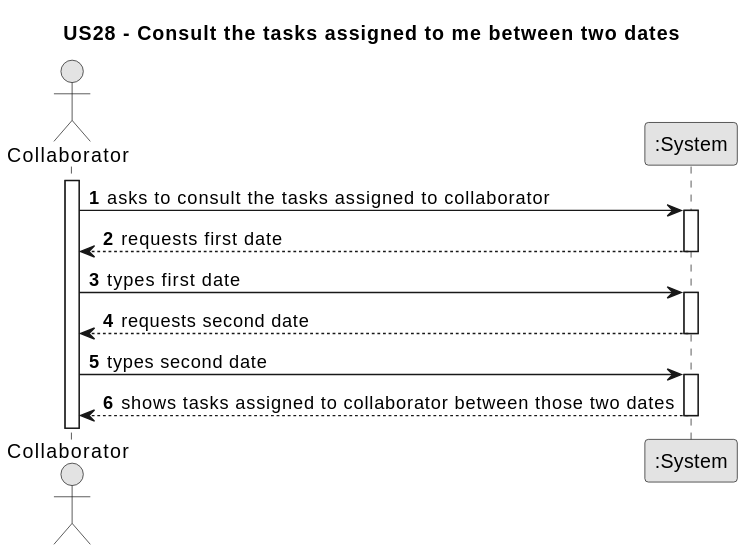
Earlier version of the PlantUML export docs/sprintC/us028/01.requirements-engineering/svg/us028-system-sequence-diagram.svg (Departamento-de-Engenharia-Informatica/lei-24-s2-1dm-g132). Its diagram source:
```plantuml
@startuml
skinparam monochrome true
skinparam packageStyle rectangle
skinparam shadowing false

title US28 - Consult the tasks assigned to me between two dates

autonumber

actor "Collaborator" as Employee
participant ":System" as System

activate Employee

    Employee -> System : asks to consult the tasks assigned to collaborator
    activate System

    System --> Employee : requests first date
    deactivate System

    Employee -> System : types first date
    activate System

    System --> Employee : requests second date
    deactivate System

    Employee -> System : types second date
    activate System

    System --> Employee : shows tasks assigned to collaborator between those two dates
    deactivate System
@enduml
```
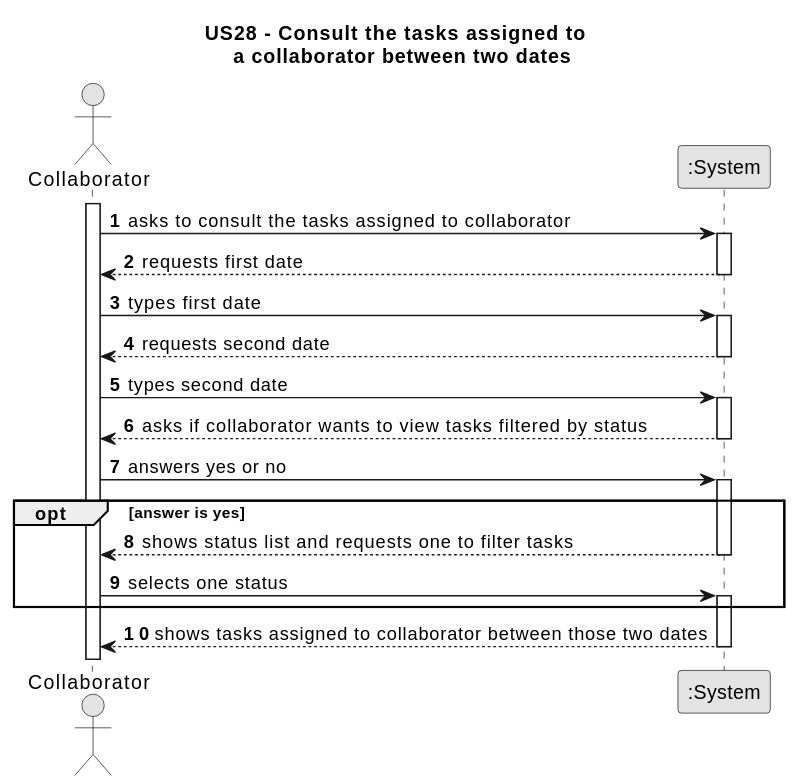
The same diagram one commit later.

Commit message:
US28 ssd update: added option to filter tasks

The edit, as a diff of the source:
```diff
@@ -3,7 +3,7 @@
 skinparam packageStyle rectangle
 skinparam shadowing false
 
-title US28 - Consult the tasks assigned to me between two dates
+title US28 - Consult the tasks assigned to \n a collaborator between two dates
 
 autonumber
 
@@ -27,6 +27,20 @@
     Employee -> System : types second date
     activate System
 
+    System --> Employee : asks if collaborator wants to view tasks filtered by status
+    deactivate System
+
+    Employee -> System : answers yes or no
+    activate System
+
+    opt answer is yes
+    System --> Employee : shows status list and requests one to filter tasks
+    deactivate System
+
+    Employee -> System : selects one status
+    activate System
+    end opt
+
     System --> Employee : shows tasks assigned to collaborator between those two dates
     deactivate System
 @enduml
```
